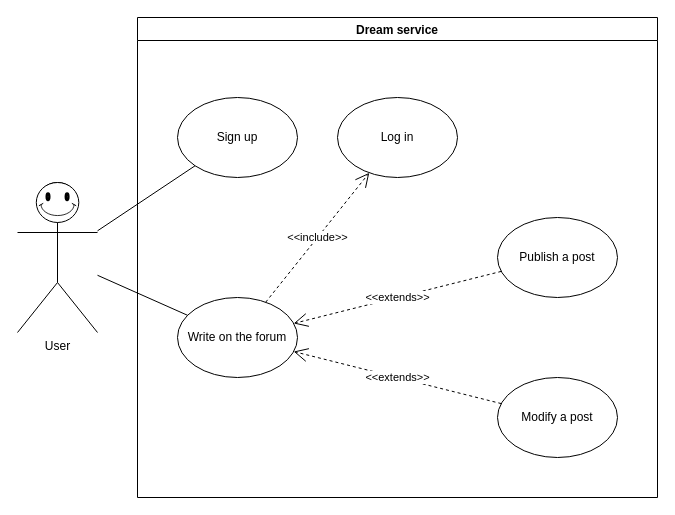
matteovisotto/SE2-CecchettoSirianiVisotto keeps this draw.io diagram as page "User" (1 of 4) of UseCase.drawio. Above is the earlier version. Source tidied: cells renumbered, new cells numbered last; positions are measured from the earlier drawing's top-left corner, leaving out a move shared by most shapes. Both pictures are drawn from the tidied source at 100%, with x=0, y=0 at pixel (17, 17).
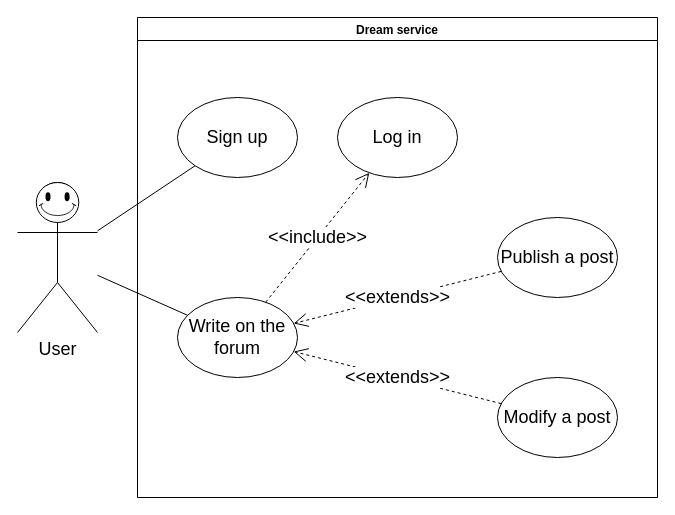
The same page after the edit.

The edit, as a diff of the source:
```diff
@@
 <mxGraphModel>
   <root>
     <mxCell id="0" />
     <mxCell id="1" parent="0" />
-    <mxCell id="2" value="User&lt;br&gt;" style="shape=umlActor;verticalLabelPosition=bottom;verticalAlign=top;html=1;outlineConnect=0;" parent="1" vertex="1">
+    <mxCell id="2" value="&lt;font style=&quot;font-size: 18px&quot;&gt;User&lt;/font&gt;" style="shape=umlActor;verticalLabelPosition=bottom;verticalAlign=top;html=1;outlineConnect=0;" parent="1" vertex="1">
       <mxGeometry y="165" width="80" height="150" as="geometry" />
     </mxCell>
     <mxCell id="3" value="Dream service" style="swimlane;" parent="1" vertex="1">
       <mxGeometry x="120" width="520" height="480" as="geometry" />
     </mxCell>
-    <mxCell id="4" value="Sign up" style="ellipse;whiteSpace=wrap;html=1;" parent="3" vertex="1">
+    <mxCell id="4" value="&lt;font style=&quot;font-size: 18px&quot;&gt;Sign up&lt;/font&gt;" style="ellipse;whiteSpace=wrap;html=1;" parent="3" vertex="1">
       <mxGeometry x="40" y="80" width="120" height="80" as="geometry" />
     </mxCell>
-    <mxCell id="5" value="Publish a post" style="ellipse;whiteSpace=wrap;html=1;" parent="3" vertex="1">
+    <mxCell id="5" value="&lt;font style=&quot;font-size: 18px&quot;&gt;Publish a post&lt;/font&gt;" style="ellipse;whiteSpace=wrap;html=1;" parent="3" vertex="1">
       <mxGeometry x="360" y="200" width="120" height="80" as="geometry" />
     </mxCell>
-    <mxCell id="6" value="Modify a post" style="ellipse;whiteSpace=wrap;html=1;" parent="3" vertex="1">
+    <mxCell id="6" value="&lt;font style=&quot;font-size: 18px&quot;&gt;Modify a post&lt;/font&gt;" style="ellipse;whiteSpace=wrap;html=1;" parent="3" vertex="1">
       <mxGeometry x="360" y="360" width="120" height="80" as="geometry" />
     </mxCell>
-    <mxCell id="7" value="Log in" style="ellipse;whiteSpace=wrap;html=1;" parent="3" vertex="1">
+    <mxCell id="7" value="&lt;font style=&quot;font-size: 18px&quot;&gt;Log in&lt;/font&gt;" style="ellipse;whiteSpace=wrap;html=1;" parent="3" vertex="1">
       <mxGeometry x="200" y="80" width="120" height="80" as="geometry" />
     </mxCell>
-    <mxCell id="8" value="&amp;lt;&amp;lt;include&amp;gt;&amp;gt;" style="endArrow=open;endSize=12;dashed=1;html=1;rounded=0;" parent="3" edge="1" source="9" target="7">
+    <mxCell id="8" value="&lt;font style=&quot;font-size: 18px&quot;&gt;&amp;lt;&amp;lt;include&amp;gt;&amp;gt;&lt;/font&gt;" style="endArrow=open;endSize=12;dashed=1;html=1;rounded=0;" parent="3" edge="1" source="9" target="7">
       <mxGeometry relative="1" as="geometry" />
     </mxCell>
-    <mxCell id="9" value="Write on the forum" style="ellipse;whiteSpace=wrap;html=1;" parent="3" vertex="1">
+    <mxCell id="9" value="&lt;font style=&quot;font-size: 18px&quot;&gt;Write on the forum&lt;/font&gt;" style="ellipse;whiteSpace=wrap;html=1;" parent="3" vertex="1">
       <mxGeometry x="40" y="280" width="120" height="80" as="geometry" />
     </mxCell>
-    <mxCell id="10" value="&amp;lt;&amp;lt;extends&amp;gt;&amp;gt;" style="endArrow=open;endSize=12;dashed=1;html=1;rounded=0;" parent="3" edge="1" source="5" target="9">
+    <mxCell id="10" value="&lt;font style=&quot;font-size: 18px&quot;&gt;&amp;lt;&amp;lt;extends&amp;gt;&amp;gt;&lt;/font&gt;" style="endArrow=open;endSize=12;dashed=1;html=1;rounded=0;" parent="3" edge="1" source="5" target="9">
       <mxGeometry relative="1" as="geometry" />
     </mxCell>
-    <mxCell id="11" value="&amp;lt;&amp;lt;extends&amp;gt;&amp;gt;" style="endArrow=open;endSize=12;dashed=1;html=1;rounded=0;" parent="3" edge="1" source="6" target="9">
+    <mxCell id="11" value="&lt;font style=&quot;font-size: 18px&quot;&gt;&amp;lt;&amp;lt;extends&amp;gt;&amp;gt;&lt;/font&gt;" style="endArrow=open;endSize=12;dashed=1;html=1;rounded=0;" parent="3" edge="1" source="6" target="9">
       <mxGeometry relative="1" as="geometry" />
     </mxCell>
     <mxCell id="12" style="verticalLabelPosition=bottom;verticalAlign=top;html=1;shape=mxgraph.basic.smiley;" parent="1" vertex="1">
       <mxGeometry x="18.8" y="165" width="42.5" height="40" as="geometry" />
     </mxCell>
     <mxCell id="13" style="endArrow=none;html=1;rounded=0;" parent="1" edge="1" source="2" target="4">
       <mxGeometry relative="1" as="geometry" />
     </mxCell>
     <mxCell id="14" style="endArrow=none;html=1;rounded=0;" parent="1" edge="1" source="2" target="9">
       <mxGeometry relative="1" as="geometry" />
     </mxCell>
   </root>
 </mxGraphModel>
```
